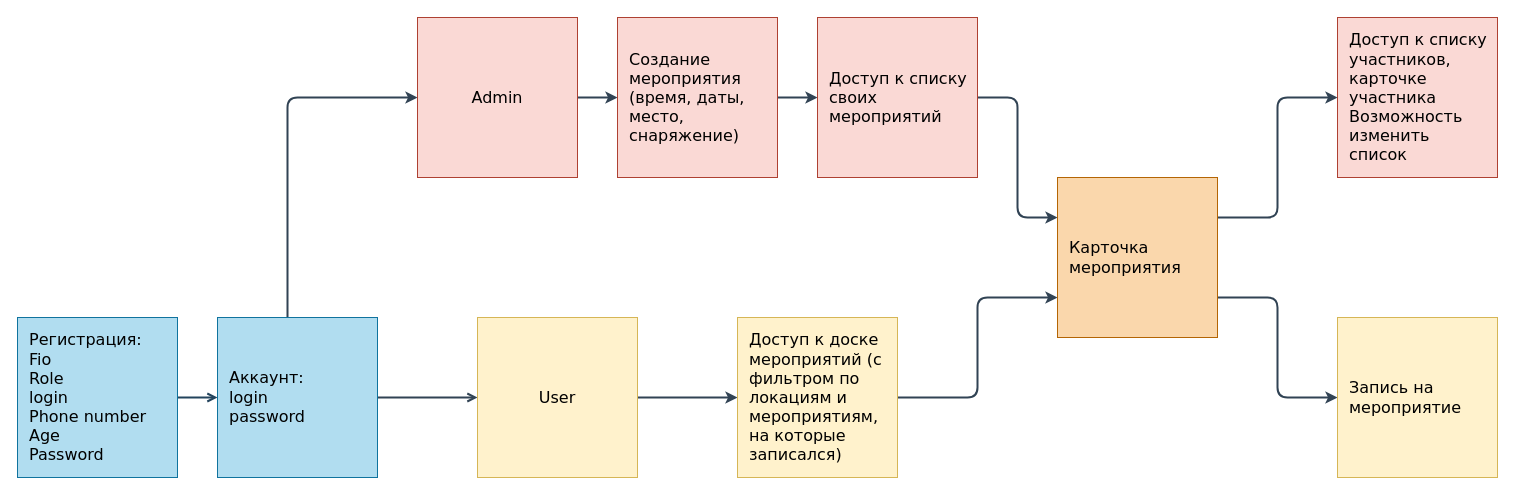
VeronikaOxyt/Frontend-basics-course keeps this draw.io diagram as Диаграмма без названия.drawio. Above is the earlier version. Source tidied: cells renumbered, new cells numbered last; positions are measured from the earlier drawing's top-left corner, leaving out a move shared by most shapes. Both pictures are drawn from the tidied source at 100%, with x=0, y=0 at pixel (17, 17).
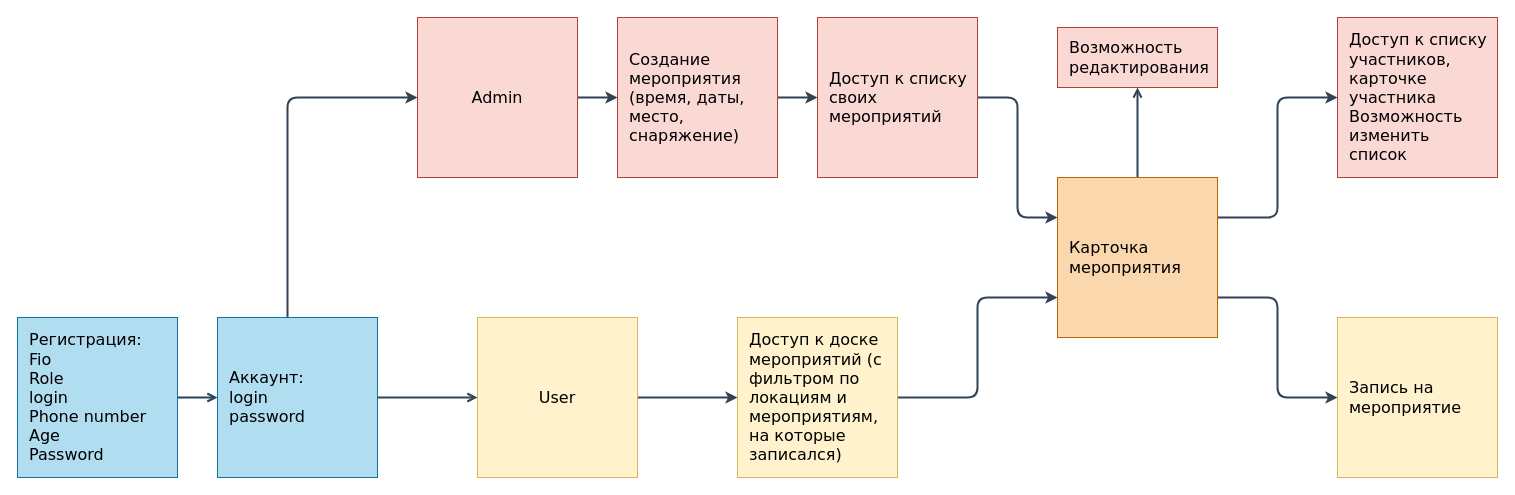
The same page after the edit.

The change refers to these unchanged cells:
```xml
<mxCell id="20" value="&lt;font style=&quot;font-size: 16px;&quot; face=&quot;Verdana&quot;&gt;Карточка мероприятия&lt;/font&gt;" style="whiteSpace=wrap;html=1;align=left;fillColor=#fad7ac;strokeColor=#b46504;spacing=12;" parent="1" vertex="1">
  <mxGeometry x="1040" y="160" width="160" height="160" as="geometry" />
</mxCell>
```

Diff of the diagram source:
```diff
@@
+    <mxCell id="22" style="edgeStyle=orthogonalEdgeStyle;rounded=1;jettySize=auto;html=1;fillColor=#647687;strokeColor=#314354;endArrow=open;endFill=0;strokeWidth=2;" parent="1" edge="1" source="20" target="23">
+      <mxGeometry relative="1" as="geometry" />
+    </mxCell>
@@
+    <mxCell id="23" value="&lt;font style=&quot;font-size: 16px;&quot; face=&quot;Verdana&quot;&gt;Возможность редактирования&lt;/font&gt;" style="whiteSpace=wrap;html=1;align=left;fillColor=#fad9d5;strokeColor=#ae4132;spacing=12;" parent="1" vertex="1">
+      <mxGeometry x="1040" y="10" width="160" height="60" as="geometry" />
+    </mxCell>
```
